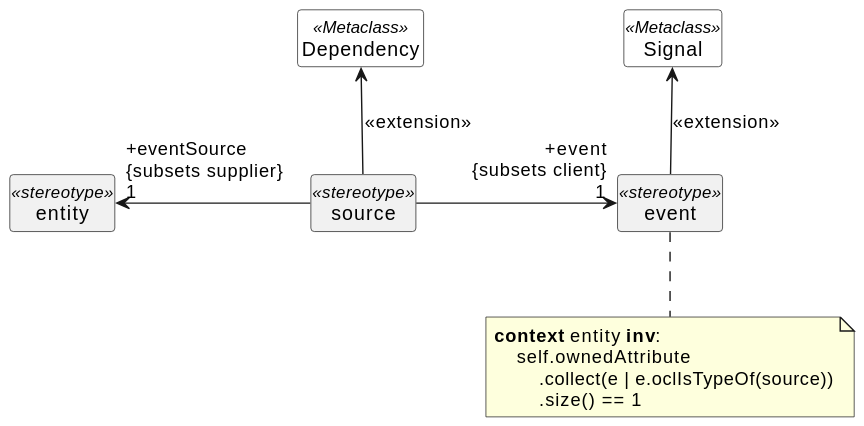
The PlantUML diagram docs/uml-profile-event.svg in sdm-lang/tree-sitter-sdml, before a commit.
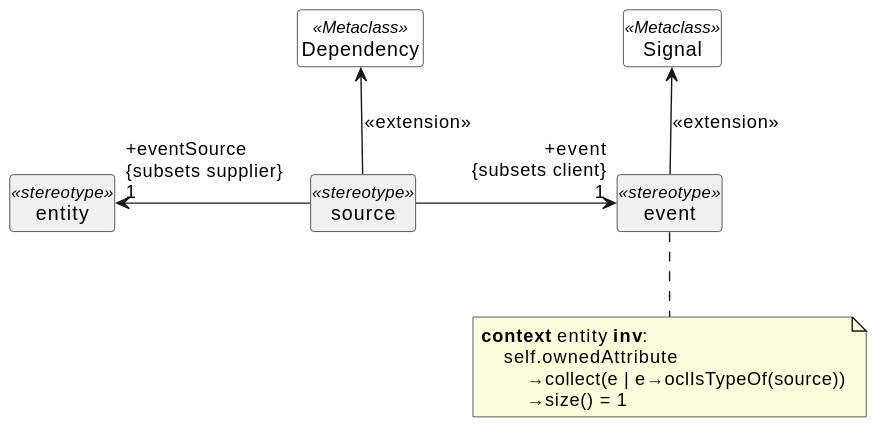
After the change.

Diff of the diagram source:
```diff
@@ -23,7 +23,7 @@
 note bottom of event
 **context** entity **inv**:
     self.ownedAttribute
-        .collect(e | e.oclIsTypeOf(source))
-        .size() == 1
+        →collect(e | e→oclIsTypeOf(source))
+        →size() = 1
 end note
 @enduml
```
